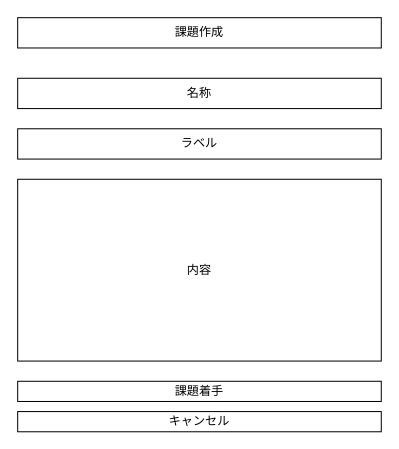
Earlier version of the draw.io diagram page "タスク詳細情報" (16 of 22) of doc/wire_frame.drawio (yodev21/ssgl). Source tidied: cells renumbered, new cells numbered last; positions are measured from the earlier drawing's top-left corner, leaving out a move shared by most shapes. Both pictures are drawn from the tidied source at 101%, with x=0, y=0 at pixel (17, 17).
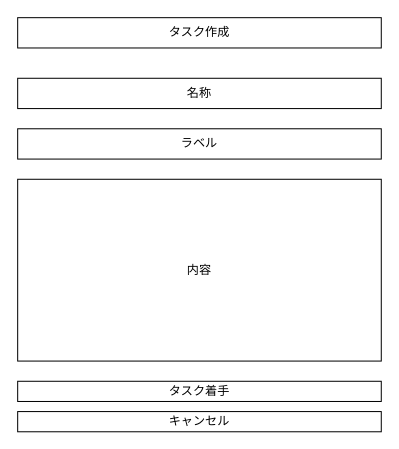
The same page after the edit.

Change to the diagram source:
```diff
@@
 <mxGraphModel>
   <root>
     <mxCell id="0" />
     <mxCell id="1" parent="0" />
-    <mxCell id="2" value="課題作成" style="rounded=0;whiteSpace=wrap;html=1;" parent="1" vertex="1">
+    <mxCell id="2" value="タスク作成" style="rounded=0;whiteSpace=wrap;html=1;" parent="1" vertex="1">
       <mxGeometry width="360" height="30" as="geometry" />
     </mxCell>
     <mxCell id="3" value="名称" style="rounded=0;whiteSpace=wrap;html=1;" parent="1" vertex="1">
       <mxGeometry y="60" width="360" height="30" as="geometry" />
     </mxCell>
     <mxCell id="4" value="内容" style="rounded=0;whiteSpace=wrap;html=1;" parent="1" vertex="1">
       <mxGeometry y="160" width="360" height="180" as="geometry" />
     </mxCell>
     <mxCell id="5" value="キャンセル" style="rounded=0;whiteSpace=wrap;html=1;" parent="1" vertex="1">
       <mxGeometry y="390" width="360" height="20" as="geometry" />
     </mxCell>
     <mxCell id="6" value="ラベル" style="rounded=0;whiteSpace=wrap;html=1;" parent="1" vertex="1">
       <mxGeometry y="110" width="360" height="30" as="geometry" />
     </mxCell>
-    <mxCell id="7" value="課題着手" style="rounded=0;whiteSpace=wrap;html=1;" parent="1" vertex="1">
+    <mxCell id="7" value="タスク着手" style="rounded=0;whiteSpace=wrap;html=1;" parent="1" vertex="1">
       <mxGeometry y="360" width="360" height="20" as="geometry" />
     </mxCell>
   </root>
 </mxGraphModel>
```
